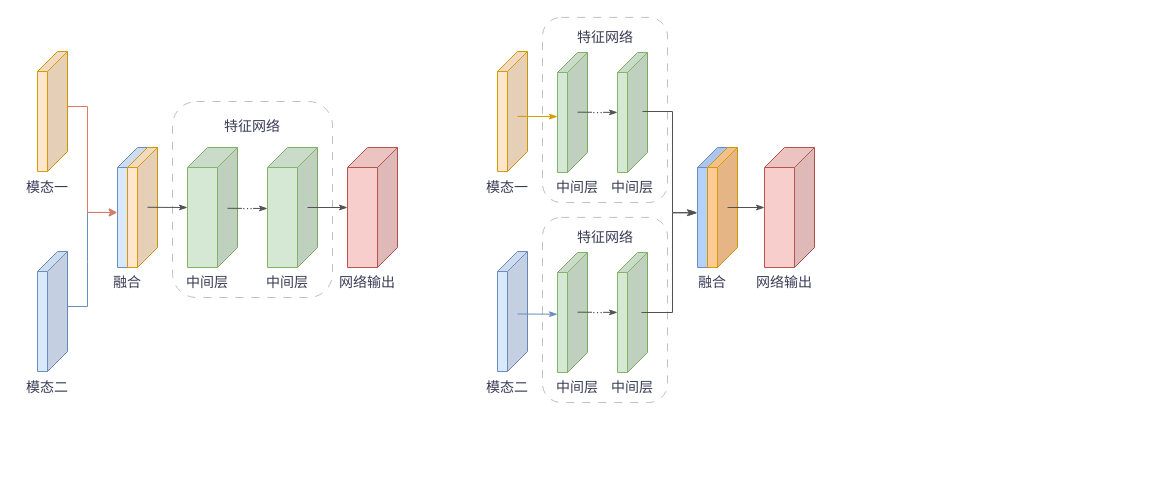
Earlier version of the draw.io diagram 毕设.drawio (kenloves/draw.io). Source tidied: cells renumbered, new cells numbered last; positions are measured from the earlier drawing's top-left corner, leaving out a move shared by most shapes. Both pictures are drawn from the tidied source at 100%, with x=0, y=0 at pixel (17, 17).
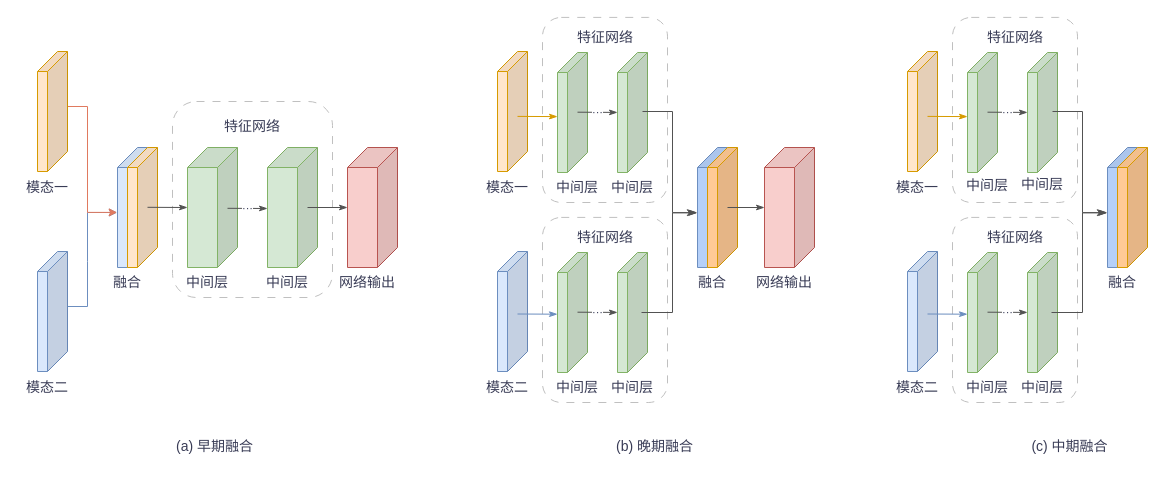
After the change.

The edit, as a diff of the source:
```diff
@@
+    <mxCell id="59" style="rounded=1;whiteSpace=wrap;html=1;dashed=1;shadow=0;dashPattern=8 8;strokeColor=#c0c0c0;" parent="1" vertex="1">
+      <mxGeometry x="935" y="-0.1" width="125" height="185.1" as="geometry" />
+    </mxCell>
+    <mxCell id="60" style="shape=cube;whiteSpace=wrap;html=1;boundedLbl=1;backgroundOutline=1;darkOpacity=0.05;darkOpacity2=0.1;direction=east;flipH=1;labelBackgroundColor=none;fillColor=#dae8fc;strokeColor=#6c8ebf;" parent="1" vertex="1">
+      <mxGeometry x="890" y="234" width="30" height="120" as="geometry" />
+    </mxCell>
+    <mxCell id="61" style="shape=cube;whiteSpace=wrap;html=1;boundedLbl=1;backgroundOutline=1;darkOpacity=0.05;darkOpacity2=0.1;direction=east;flipH=1;labelBackgroundColor=none;fillColor=#ffe6cc;strokeColor=#d79b00;" parent="1" vertex="1">
+      <mxGeometry x="890" y="34" width="30" height="120" as="geometry" />
+    </mxCell>
+    <mxCell id="62" value="模态一" style="text;html=1;align=center;verticalAlign=middle;whiteSpace=wrap;rounded=0;fontColor=#393C56;fontSize=14;" parent="1" vertex="1">
+      <mxGeometry x="870" y="155" width="60" height="30" as="geometry" />
+    </mxCell>
+    <mxCell id="63" value="模态二" style="text;html=1;align=center;verticalAlign=middle;whiteSpace=wrap;rounded=0;fontColor=#393C56;fontSize=14;" parent="1" vertex="1">
+      <mxGeometry x="870" y="355" width="60" height="30" as="geometry" />
+    </mxCell>
+    <mxCell id="64" style="shape=cube;whiteSpace=wrap;html=1;boundedLbl=1;backgroundOutline=1;darkOpacity=0.05;darkOpacity2=0.1;direction=east;flipH=1;labelBackgroundColor=none;fillColor=#b5d0f9;strokeColor=#6c8ebf;" parent="1" vertex="1">
+      <mxGeometry x="1090" y="130" width="30" height="120" as="geometry" />
+    </mxCell>
+    <mxCell id="65" style="shape=cube;whiteSpace=wrap;html=1;boundedLbl=1;backgroundOutline=1;darkOpacity=0.05;darkOpacity2=0.1;direction=east;flipH=1;labelBackgroundColor=none;fillColor=#ffca95;strokeColor=#d79b00;" parent="1" vertex="1">
+      <mxGeometry x="1100" y="130" width="30" height="120" as="geometry" />
+    </mxCell>
+    <mxCell id="66" style="shape=cube;whiteSpace=wrap;html=1;boundedLbl=1;backgroundOutline=1;darkOpacity=0.05;darkOpacity2=0.1;direction=east;flipH=1;labelBackgroundColor=none;fillColor=#d5e8d4;strokeColor=#82b366;" parent="1" vertex="1">
+      <mxGeometry x="950" y="35" width="30" height="120" as="geometry" />
+    </mxCell>
+    <mxCell id="67" value="中间层" style="text;html=1;align=center;verticalAlign=middle;whiteSpace=wrap;rounded=0;fontColor=#393C56;fontSize=14;" parent="1" vertex="1">
+      <mxGeometry x="940" y="152.5" width="60" height="30" as="geometry" />
+    </mxCell>
+    <mxCell id="68" value="中间层" style="text;html=1;align=center;verticalAlign=middle;whiteSpace=wrap;rounded=0;fontColor=#393C56;fontSize=14;" parent="1" vertex="1">
+      <mxGeometry x="995" y="149.9" width="60" height="35.1" as="geometry" />
+    </mxCell>
+    <mxCell id="69" style="endArrow=classicThin;html=1;rounded=0;strokeColor=#000000;fontColor=#393C56;fillColor=#F2CC8F;shadow=0;align=center;verticalAlign=middle;fontFamily=Helvetica;fontSize=11;labelBackgroundColor=default;endFill=1;exitX=0.093;exitY=0.511;exitDx=0;exitDy=0;exitPerimeter=0;" parent="1" edge="1" source="75">
+      <mxGeometry relative="1" as="geometry">
+        <mxPoint x="1010" y="94.9" as="targetPoint" />
+      </mxGeometry>
+    </mxCell>
+    <mxCell id="70" style="endArrow=classicThin;html=1;rounded=0;strokeColor=#d79b00;fontColor=#393C56;fillColor=#ffe6cc;shadow=0;align=center;verticalAlign=middle;fontFamily=Helvetica;fontSize=11;labelBackgroundColor=default;endFill=1;exitX=0.093;exitY=0.511;exitDx=0;exitDy=0;exitPerimeter=0;" parent="1" edge="1">
+      <mxGeometry relative="1" as="geometry">
+        <mxPoint x="910" y="98.9" as="sourcePoint" />
+        <mxPoint x="950" y="99.1" as="targetPoint" />
+      </mxGeometry>
+    </mxCell>
+    <mxCell id="71" style="edgeLabel;html=1;align=center;verticalAlign=middle;strokeColor=#000000;fontColor=#393C56;fillColor=#F2CC8F;rounded=0;shadow=0;fontFamily=Helvetica;fontSize=11;labelBackgroundColor=default;" parent="70" vertex="1">
+      <mxGeometry relative="1" as="geometry">
+        <mxPoint y="-4" as="offset" />
+      </mxGeometry>
+    </mxCell>
+    <mxCell id="72" value="特征网络" style="text;html=1;align=center;verticalAlign=middle;whiteSpace=wrap;rounded=0;fontColor=#393C56;fontSize=14;" parent="1" vertex="1">
+      <mxGeometry x="967.5" y="5" width="60" height="30" as="geometry" />
+    </mxCell>
+    <mxCell id="73" style="endArrow=classicThin;html=1;rounded=0;strokeColor=#525252;fontColor=#393C56;fillColor=#F2CC8F;shadow=0;align=center;verticalAlign=middle;fontFamily=Helvetica;fontSize=11;labelBackgroundColor=default;endFill=1;exitX=0.093;exitY=0.511;exitDx=0;exitDy=0;exitPerimeter=0;" parent="1" edge="1" target="75">
+      <mxGeometry relative="1" as="geometry">
+        <mxPoint x="970" y="94.7" as="sourcePoint" />
+      </mxGeometry>
+    </mxCell>
+    <mxCell id="74" value="···" style="edgeLabel;html=1;align=center;verticalAlign=middle;strokeColor=#525252;fontColor=#393C56;fillColor=#F2CC8F;rounded=0;shadow=0;fontFamily=Helvetica;fontSize=11;labelBackgroundColor=default;" parent="73" vertex="1">
+      <mxGeometry relative="1" as="geometry" />
+    </mxCell>
+    <mxCell id="75" style="shape=cube;whiteSpace=wrap;html=1;boundedLbl=1;backgroundOutline=1;darkOpacity=0.05;darkOpacity2=0.1;direction=east;flipH=1;labelBackgroundColor=none;fillColor=#d5e8d4;strokeColor=#82b366;" parent="1" vertex="1">
+      <mxGeometry x="1010" y="35" width="30" height="120" as="geometry" />
+    </mxCell>
+    <mxCell id="76" style="rounded=1;whiteSpace=wrap;html=1;dashed=1;shadow=0;dashPattern=8 8;strokeColor=#c0c0c0;" parent="1" vertex="1">
+      <mxGeometry x="935" y="199.9" width="125" height="185.1" as="geometry" />
+    </mxCell>
+    <mxCell id="77" style="shape=cube;whiteSpace=wrap;html=1;boundedLbl=1;backgroundOutline=1;darkOpacity=0.05;darkOpacity2=0.1;direction=east;flipH=1;labelBackgroundColor=none;fillColor=#d5e8d4;strokeColor=#82b366;" parent="1" vertex="1">
+      <mxGeometry x="950" y="235" width="30" height="120" as="geometry" />
+    </mxCell>
+    <mxCell id="78" value="中间层" style="text;html=1;align=center;verticalAlign=middle;whiteSpace=wrap;rounded=0;fontColor=#393C56;fontSize=14;" parent="1" vertex="1">
+      <mxGeometry x="940" y="355" width="60" height="30" as="geometry" />
+    </mxCell>
+    <mxCell id="79" value="中间层" style="text;html=1;align=center;verticalAlign=middle;whiteSpace=wrap;rounded=0;fontColor=#393C56;fontSize=14;" parent="1" vertex="1">
+      <mxGeometry x="995" y="355" width="60" height="30" as="geometry" />
+    </mxCell>
+    <mxCell id="80" style="endArrow=classicThin;html=1;rounded=0;strokeColor=#000000;fontColor=#393C56;fillColor=#F2CC8F;shadow=0;align=center;verticalAlign=middle;fontFamily=Helvetica;fontSize=11;labelBackgroundColor=default;endFill=1;exitX=0.093;exitY=0.511;exitDx=0;exitDy=0;exitPerimeter=0;" parent="1" edge="1" source="85">
+      <mxGeometry relative="1" as="geometry">
+        <mxPoint x="1010" y="294.9" as="targetPoint" />
+      </mxGeometry>
+    </mxCell>
+    <mxCell id="81" style="edgeLabel;html=1;align=center;verticalAlign=middle;strokeColor=#000000;fontColor=#393C56;fillColor=#F2CC8F;rounded=0;shadow=0;fontFamily=Helvetica;fontSize=11;labelBackgroundColor=default;" parent="1" vertex="1">
+      <mxGeometry x="930" y="294.9" as="geometry" />
+    </mxCell>
+    <mxCell id="82" value="特征网络" style="text;html=1;align=center;verticalAlign=middle;whiteSpace=wrap;rounded=0;fontColor=#393C56;fontSize=14;" parent="1" vertex="1">
+      <mxGeometry x="967.5" y="205" width="60" height="30" as="geometry" />
+    </mxCell>
+    <mxCell id="83" style="endArrow=classicThin;html=1;rounded=0;strokeColor=#525252;fontColor=#393C56;fillColor=#F2CC8F;shadow=0;align=center;verticalAlign=middle;fontFamily=Helvetica;fontSize=11;labelBackgroundColor=default;endFill=1;exitX=0.093;exitY=0.511;exitDx=0;exitDy=0;exitPerimeter=0;" parent="1" edge="1" target="85">
+      <mxGeometry relative="1" as="geometry">
+        <mxPoint x="970" y="294.7" as="sourcePoint" />
+      </mxGeometry>
+    </mxCell>
+    <mxCell id="84" value="···" style="edgeLabel;html=1;align=center;verticalAlign=middle;strokeColor=#525252;fontColor=#393C56;fillColor=#F2CC8F;rounded=0;shadow=0;fontFamily=Helvetica;fontSize=11;labelBackgroundColor=default;" parent="83" vertex="1">
+      <mxGeometry relative="1" as="geometry" />
+    </mxCell>
+    <mxCell id="85" style="shape=cube;whiteSpace=wrap;html=1;boundedLbl=1;backgroundOutline=1;darkOpacity=0.05;darkOpacity2=0.1;direction=east;flipH=1;labelBackgroundColor=none;fillColor=#d5e8d4;strokeColor=#82b366;" parent="1" vertex="1">
+      <mxGeometry x="1010" y="235" width="30" height="120" as="geometry" />
+    </mxCell>
+    <mxCell id="86" style="endArrow=classicThin;html=1;rounded=0;strokeColor=#6c8ebf;fontColor=#393C56;fillColor=#dae8fc;shadow=0;align=center;verticalAlign=middle;fontFamily=Helvetica;fontSize=11;labelBackgroundColor=default;endFill=1;exitX=0.093;exitY=0.511;exitDx=0;exitDy=0;exitPerimeter=0;" parent="1" edge="1">
+      <mxGeometry relative="1" as="geometry">
+        <mxPoint x="910" y="296.5" as="sourcePoint" />
+        <mxPoint x="950" y="296.7" as="targetPoint" />
+      </mxGeometry>
+    </mxCell>
+    <mxCell id="87" style="edgeLabel;html=1;align=center;verticalAlign=middle;strokeColor=#000000;fontColor=#393C56;fillColor=#F2CC8F;rounded=0;shadow=0;fontFamily=Helvetica;fontSize=11;labelBackgroundColor=default;" parent="86" vertex="1">
+      <mxGeometry relative="1" as="geometry">
+        <mxPoint y="-2" as="offset" />
+      </mxGeometry>
+    </mxCell>
+    <mxCell id="88" value="融合" style="text;html=1;align=center;verticalAlign=middle;whiteSpace=wrap;rounded=0;fontColor=#393C56;fontSize=14;" parent="1" vertex="1">
+      <mxGeometry x="1075" y="250" width="60" height="30" as="geometry" />
+    </mxCell>
+    <mxCell id="89" style="edgeStyle=elbowEdgeStyle;elbow=horizontal;endArrow=classicThin;html=1;curved=0;rounded=0;endSize=8;startSize=8;strokeColor=#525252;fontColor=#393C56;fillColor=#F2CC8F;exitX=0.333;exitY=0.492;exitDx=0;exitDy=0;exitPerimeter=0;endFill=1;shadow=0;align=center;verticalAlign=middle;fontFamily=Helvetica;fontSize=11;labelBackgroundColor=default;entryX=1.005;entryY=0.543;entryDx=0;entryDy=0;entryPerimeter=0;" parent="1" edge="1" target="64">
+      <mxGeometry relative="1" as="geometry">
+        <mxPoint x="1035" y="94" as="sourcePoint" />
+        <Array as="points">
+          <mxPoint x="1065" y="144" />
+          <mxPoint x="1075" y="164.9" />
+        </Array>
+      </mxGeometry>
+    </mxCell>
+    <mxCell id="90" style="edgeStyle=orthogonalEdgeStyle;rounded=0;jettySize=auto;html=1;strokeColor=#525252;fontColor=#393C56;fillColor=#F2CC8F;endArrow=classicThin;endFill=1;exitX=0.2;exitY=0.5;exitDx=0;exitDy=0;exitPerimeter=0;entryX=1.01;entryY=0.544;entryDx=0;entryDy=0;entryPerimeter=0;shadow=0;align=center;verticalAlign=middle;fontFamily=Helvetica;fontSize=11;labelBackgroundColor=default;" parent="1" edge="1" source="85" target="64">
+      <mxGeometry relative="1" as="geometry" />
+    </mxCell>
+    <mxCell id="91" value="(b) 晚期融合" style="text;html=1;align=center;verticalAlign=middle;whiteSpace=wrap;rounded=0;fontColor=#393C56;fontSize=14;" parent="1" vertex="1">
+      <mxGeometry x="590" y="414" width="95" height="30" as="geometry" />
+    </mxCell>
+    <mxCell id="92" value="(a) 早期融合" style="text;html=1;align=center;verticalAlign=middle;whiteSpace=wrap;rounded=0;fontColor=#393C56;fontSize=14;" parent="1" vertex="1">
+      <mxGeometry x="150" y="414" width="95" height="30" as="geometry" />
+    </mxCell>
+    <mxCell id="93" value="(c) 中期融合" style="text;html=1;align=center;verticalAlign=middle;whiteSpace=wrap;rounded=0;fontColor=#393C56;fontSize=14;" parent="1" vertex="1">
+      <mxGeometry x="1005" y="414" width="95" height="30" as="geometry" />
+    </mxCell>
```
